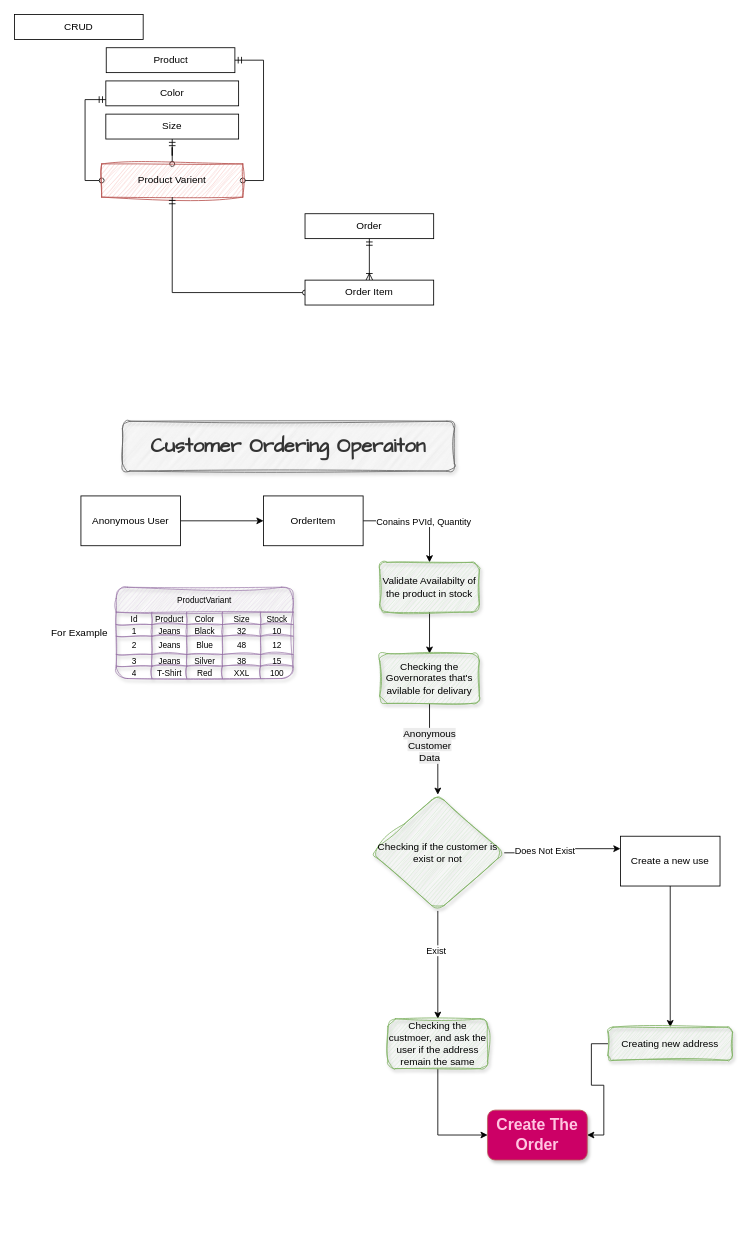
The draw.io diagram page "Features" (4 of 5) of Kemet.drawio in MustaphaAlaa/Kemet, before the edit. Source tidied: cells renumbered, new cells numbered last; positions are measured from the earlier drawing's top-left corner, leaving out a move shared by most shapes. Both pictures are drawn from the tidied source at 83%, with x=0, y=0 at pixel (14, 14).
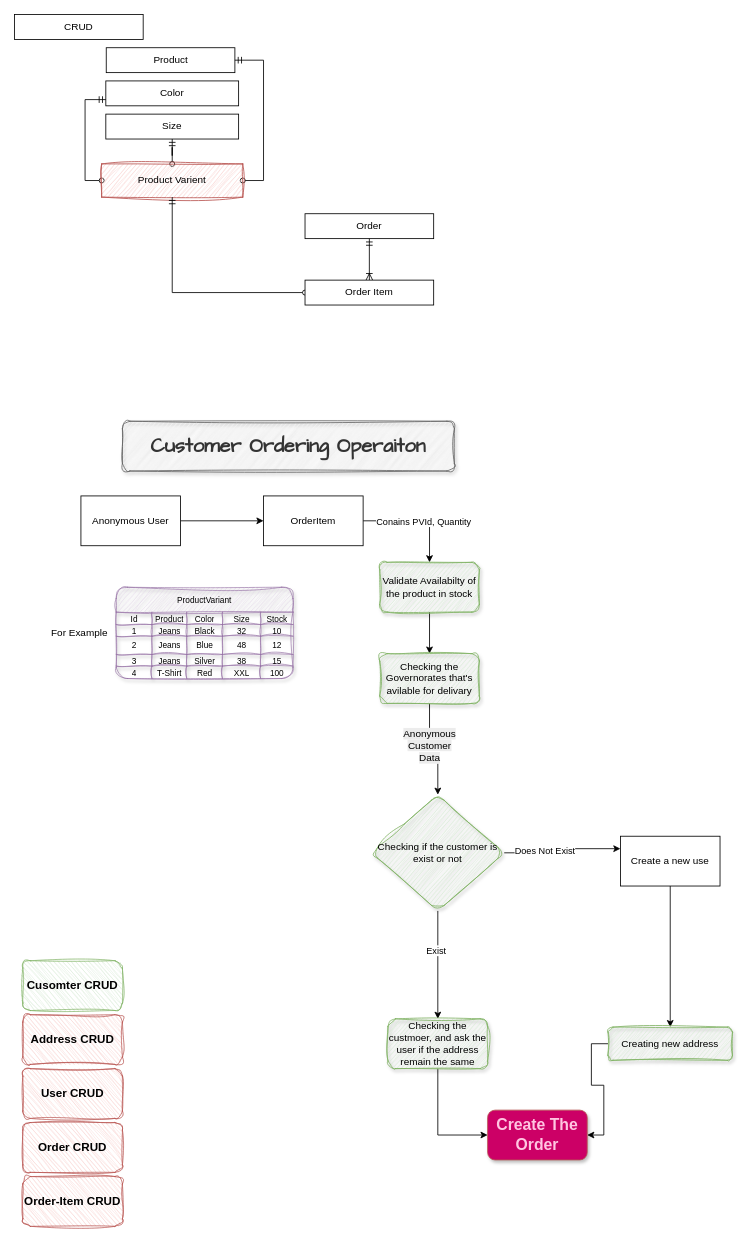
The same diagram, later.

Diff of the diagram source:
```diff
@@
+    <mxCell id="69" value="Cusomter CRUD" style="rounded=1;whiteSpace=wrap;html=1;flipV=0;flipH=1;fillColor=#d5e8d4;strokeColor=#82b366;dashed=1;dashPattern=1 1;sketch=1;curveFitting=1;jiggle=2;fontStyle=1;fontSize=14;" parent="1" vertex="1">
+      <mxGeometry x="10" y="1140" width="120" height="60" as="geometry" />
+    </mxCell>
+    <mxCell id="70" value="Address CRUD" style="rounded=1;whiteSpace=wrap;html=1;flipV=0;flipH=1;fillColor=#f8cecc;strokeColor=#b85450;gradientColor=none;dashed=1;dashPattern=1 1;sketch=1;curveFitting=1;jiggle=2;fontStyle=1;fontSize=14;" parent="1" vertex="1">
+      <mxGeometry x="10" y="1205" width="120" height="60" as="geometry" />
+    </mxCell>
+    <mxCell id="71" value="Order CRUD" style="rounded=1;whiteSpace=wrap;html=1;flipV=0;flipH=1;fillColor=#f8cecc;strokeColor=#b85450;gradientColor=none;dashed=1;dashPattern=1 1;sketch=1;curveFitting=1;jiggle=2;fontStyle=1;fontSize=14;" parent="1" vertex="1">
+      <mxGeometry x="10" y="1335" width="120" height="60" as="geometry" />
+    </mxCell>
+    <mxCell id="72" value="User CRUD" style="rounded=1;whiteSpace=wrap;html=1;flipV=0;flipH=1;fillColor=#f8cecc;strokeColor=#b85450;gradientColor=none;dashed=1;dashPattern=1 1;sketch=1;curveFitting=1;jiggle=2;fontStyle=1;fontSize=14;" parent="1" vertex="1">
+      <mxGeometry x="10" y="1270" width="120" height="60" as="geometry" />
+    </mxCell>
+    <mxCell id="73" value="Order-Item CRUD" style="rounded=1;whiteSpace=wrap;html=1;flipV=0;flipH=1;fillColor=#f8cecc;strokeColor=#b85450;gradientColor=none;dashed=1;dashPattern=1 1;sketch=1;curveFitting=1;jiggle=2;fontStyle=1;fontSize=14;" parent="1" vertex="1">
+      <mxGeometry x="10" y="1400" width="120" height="60" as="geometry" />
+    </mxCell>
```
